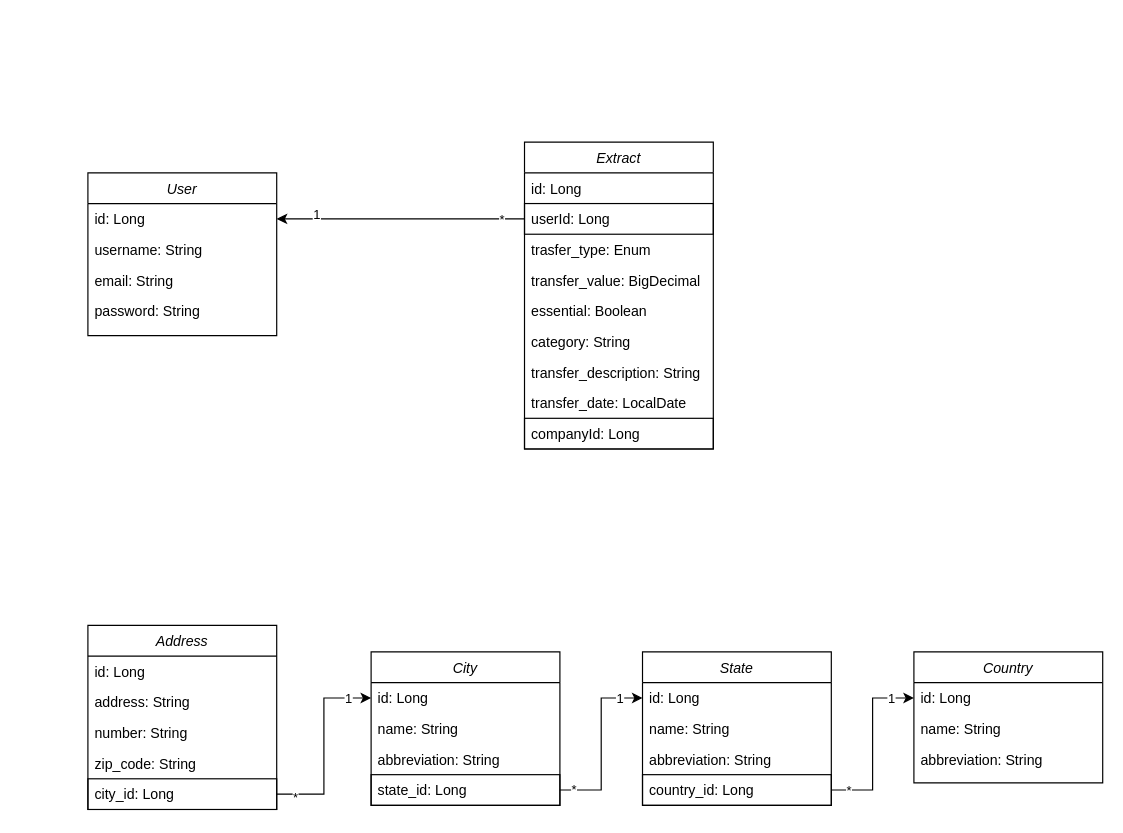
Earlier version of the draw.io diagram documentation/FinanceNowDB.drawio (ViniPeralta/financenowback). Source tidied: cells renumbered, new cells numbered last; positions are measured from the earlier drawing's top-left corner, leaving out a move shared by most shapes. Both pictures are drawn from the tidied source at 118%, with x=0, y=0 at pixel (87, 142).
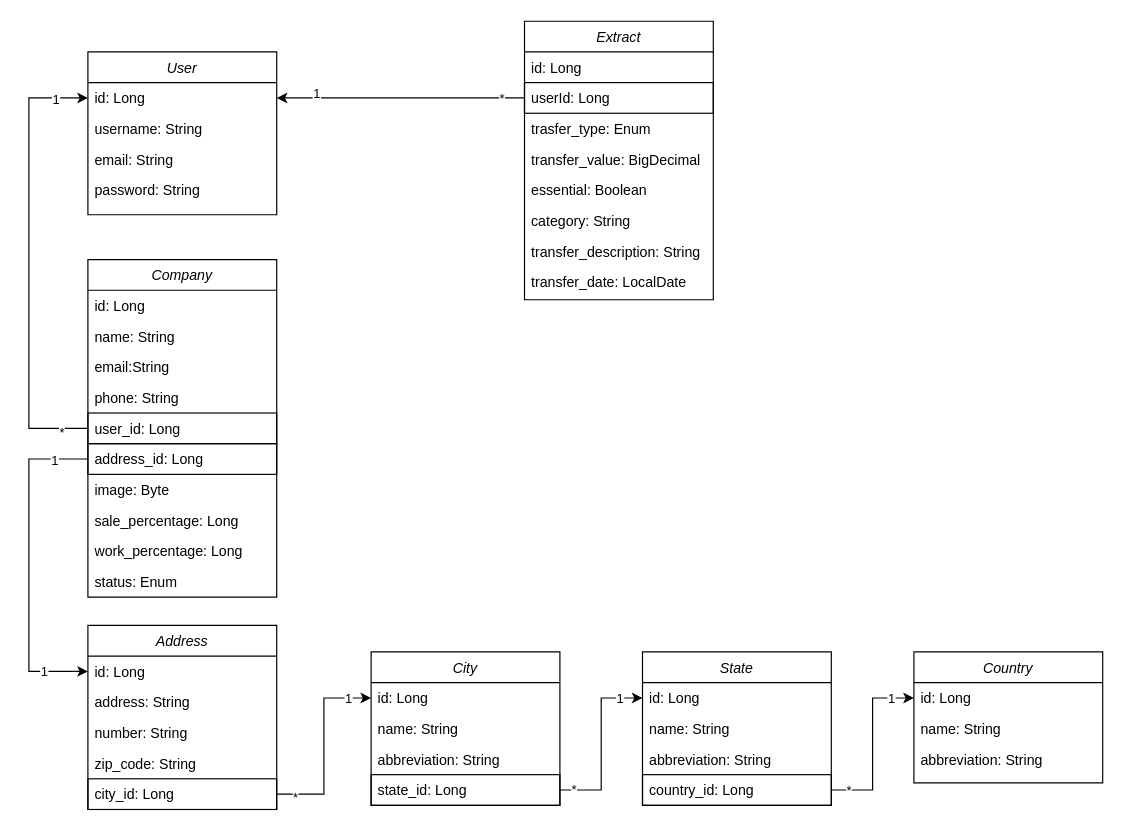
Above is the later version.

The change refers to these unchanged cells:
```xml
<mxCell id="3" value="id: Long" style="text;align=left;verticalAlign=top;spacingLeft=4;spacingRight=4;overflow=hidden;points=[[0,0.5],[1,0.5]];portConstraint=eastwest;" parent="2" vertex="1">
  <mxGeometry y="26" width="160" height="26" as="geometry" />
</mxCell>
<mxCell id="35" value="id: Long" style="text;align=left;verticalAlign=top;spacingLeft=4;spacingRight=4;overflow=hidden;points=[[0,0.5],[1,0.5]];portConstraint=eastwest;" parent="34" vertex="1">
  <mxGeometry y="26" width="160" height="26" as="geometry" />
</mxCell>
```

Diff of the diagram source:
```diff
@@
     <mxCell id="2" value="User" style="swimlane;fontStyle=2;align=center;verticalAlign=top;horizontal=1;startSize=26;rounded=0;shadow=0;strokeWidth=1;" parent="1" vertex="1">
-      <mxGeometry y="26" width="160" height="138" as="geometry" />
+      <mxGeometry y="-76.5" width="160" height="138" as="geometry" />
     </mxCell>
@@
     <mxCell id="7" value="Extract" style="swimlane;fontStyle=2;align=center;verticalAlign=top;horizontal=1;startSize=26;rounded=0;shadow=0;strokeWidth=1;" parent="1" vertex="1">
-      <mxGeometry x="370" width="160" height="260" as="geometry" />
+      <mxGeometry x="370" y="-102.5" width="160" height="236" as="geometry" />
     </mxCell>
@@
-    <mxCell id="16" value="companyId: Long" style="text;align=left;verticalAlign=top;spacingLeft=4;spacingRight=4;overflow=hidden;rounded=0;shadow=0;html=0;strokeColor=default;" parent="7" vertex="1">
-      <mxGeometry y="234" width="160" height="26" as="geometry" />
-    </mxCell>
@@
+    <mxCell id="49" value="Company" style="swimlane;fontStyle=2;align=center;verticalAlign=top;horizontal=1;startSize=26;rounded=0;shadow=0;strokeWidth=1;" parent="1" vertex="1">
+      <mxGeometry y="99.5" width="160" height="286" as="geometry" />
+    </mxCell>
+    <mxCell id="50" value="id: Long" style="text;align=left;verticalAlign=top;spacingLeft=4;spacingRight=4;overflow=hidden;" parent="49" vertex="1">
+      <mxGeometry y="26" width="160" height="26" as="geometry" />
+    </mxCell>
+    <mxCell id="51" value="name: String" style="text;align=left;verticalAlign=top;spacingLeft=4;spacingRight=4;overflow=hidden;rounded=0;shadow=0;html=0;" parent="49" vertex="1">
+      <mxGeometry y="52" width="160" height="26" as="geometry" />
+    </mxCell>
+    <mxCell id="52" value="email:String" style="text;align=left;verticalAlign=top;spacingLeft=4;spacingRight=4;overflow=hidden;rounded=0;shadow=0;html=0;" parent="49" vertex="1">
+      <mxGeometry y="78" width="160" height="26" as="geometry" />
+    </mxCell>
+    <mxCell id="53" value="phone: String" style="text;align=left;verticalAlign=top;spacingLeft=4;spacingRight=4;overflow=hidden;rounded=0;shadow=0;html=0;" parent="49" vertex="1">
+      <mxGeometry y="104" width="160" height="26" as="geometry" />
+    </mxCell>
+    <mxCell id="54" value="user_id: Long" style="text;align=left;verticalAlign=top;spacingLeft=4;spacingRight=4;overflow=hidden;points=[[0,0.5],[1,0.5]];portConstraint=eastwest;rounded=0;shadow=0;html=0;strokeColor=default;" parent="49" vertex="1">
+      <mxGeometry y="130" width="160" height="26" as="geometry" />
+    </mxCell>
+    <mxCell id="55" value="address_id: Long" style="text;align=left;verticalAlign=top;spacingLeft=4;spacingRight=4;overflow=hidden;points=[[0,0.5],[1,0.5]];portConstraint=eastwest;rounded=0;shadow=0;html=0;strokeColor=default;" parent="49" vertex="1">
+      <mxGeometry y="156" width="160" height="26" as="geometry" />
+    </mxCell>
+    <mxCell id="56" value="image: Byte" style="text;align=left;verticalAlign=top;spacingLeft=4;spacingRight=4;overflow=hidden;rounded=0;shadow=0;html=0;" parent="49" vertex="1">
+      <mxGeometry y="182" width="160" height="26" as="geometry" />
+    </mxCell>
+    <mxCell id="57" value="sale_percentage: Long" style="text;align=left;verticalAlign=top;spacingLeft=4;spacingRight=4;overflow=hidden;rounded=0;shadow=0;html=0;" parent="49" vertex="1">
+      <mxGeometry y="208" width="160" height="26" as="geometry" />
+    </mxCell>
+    <mxCell id="58" value="work_percentage: Long" style="text;align=left;verticalAlign=top;spacingLeft=4;spacingRight=4;overflow=hidden;rounded=0;shadow=0;html=0;" parent="49" vertex="1">
+      <mxGeometry y="234" width="160" height="26" as="geometry" />
+    </mxCell>
+    <mxCell id="59" value="status: Enum" style="text;align=left;verticalAlign=top;spacingLeft=4;spacingRight=4;overflow=hidden;rounded=0;shadow=0;html=0;" parent="49" vertex="1">
+      <mxGeometry y="260" width="160" height="26" as="geometry" />
+    </mxCell>
+    <mxCell id="60" style="edgeStyle=orthogonalEdgeStyle;rounded=0;jettySize=auto;html=1;entryX=0;entryY=0.5;entryDx=0;entryDy=0;" parent="1" edge="1" source="54" target="3">
+      <mxGeometry relative="1" as="geometry">
+        <Array as="points">
+          <mxPoint x="-50" y="242.5" />
+          <mxPoint x="-50" y="-37.5" />
+        </Array>
+      </mxGeometry>
+    </mxCell>
+    <mxCell id="61" value="1" style="edgeLabel;html=1;align=center;verticalAlign=middle;" parent="60" vertex="1">
+      <mxGeometry x="0.85" y="-1" relative="1" as="geometry" />
+    </mxCell>
+    <mxCell id="62" value="*" style="edgeLabel;html=1;align=center;verticalAlign=middle;" parent="60" vertex="1">
+      <mxGeometry x="-0.88" y="3" relative="1" as="geometry" />
+    </mxCell>
+    <mxCell id="63" style="edgeStyle=orthogonalEdgeStyle;rounded=0;jettySize=auto;html=1;entryX=0;entryY=0.5;entryDx=0;entryDy=0;" parent="1" edge="1" source="55" target="35">
+      <mxGeometry relative="1" as="geometry">
+        <Array as="points">
+          <mxPoint x="-50" y="268.5" />
+          <mxPoint x="-50" y="448.5" />
+        </Array>
+      </mxGeometry>
+    </mxCell>
+    <mxCell id="64" value="1" style="edgeLabel;html=1;align=center;verticalAlign=middle;" parent="63" vertex="1">
+      <mxGeometry x="-0.79" y="1" relative="1" as="geometry" />
+    </mxCell>
+    <mxCell id="65" value="1" style="edgeLabel;html=1;align=center;verticalAlign=middle;" parent="63" vertex="1">
+      <mxGeometry x="0.72" y="1" relative="1" as="geometry">
+        <mxPoint x="1" y="1" as="offset" />
+      </mxGeometry>
+    </mxCell>
```
